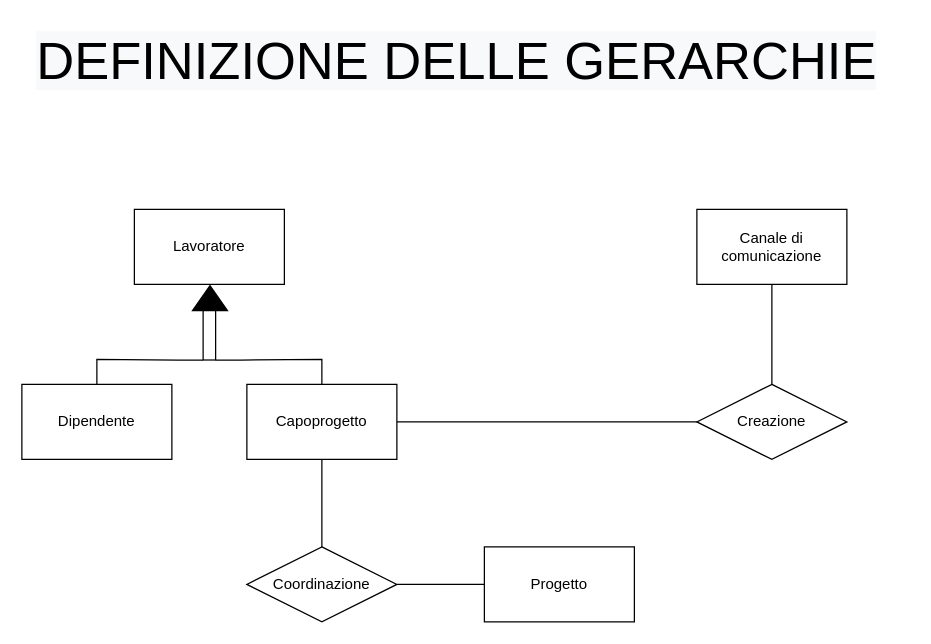
martafra/BD-Chat-Multicanale keeps this draw.io diagram as page "definizione-gerarchie" (3 of 4) of Relazione/Schema ER/scheletro.drawio. Above is the earlier version. Source tidied: cells renumbered, new cells numbered last; positions are measured from the earlier drawing's top-left corner, leaving out a move shared by most shapes. Both pictures are drawn from the tidied source at 125%, with x=0, y=0 at pixel (21, 21).
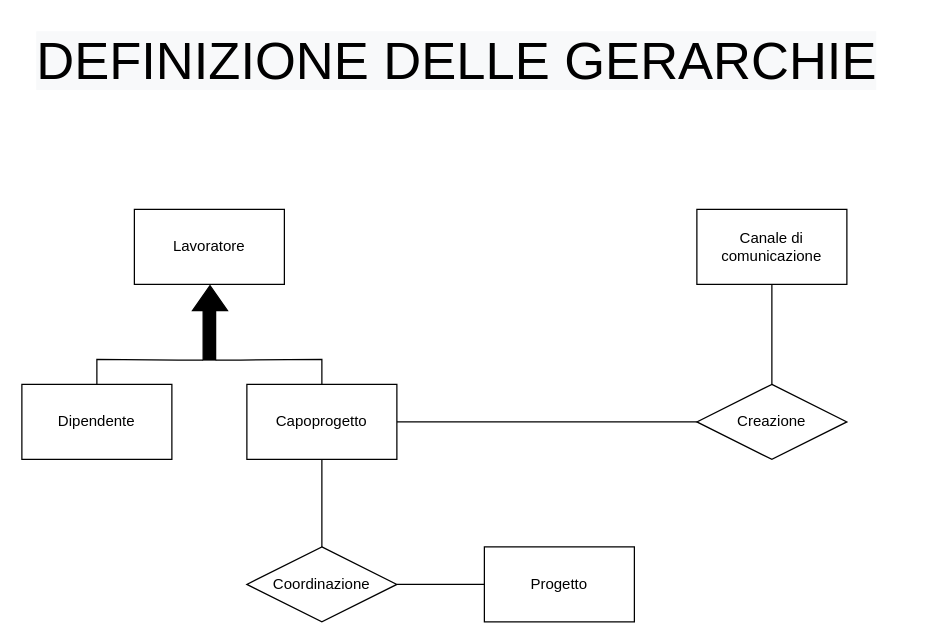
After the change.

Diff of the diagram source:
```diff
@@
-    <mxCell id="10" style="rounded=0;whiteSpace=wrap;html=1;rotation=90;fillColor=none;" parent="1" vertex="1">
+    <mxCell id="10" style="rounded=0;whiteSpace=wrap;html=1;rotation=90;fillColor=#000000;" parent="1" vertex="1">
       <mxGeometry x="130" y="245.5" width="40" height="10" as="geometry" />
     </mxCell>
```
